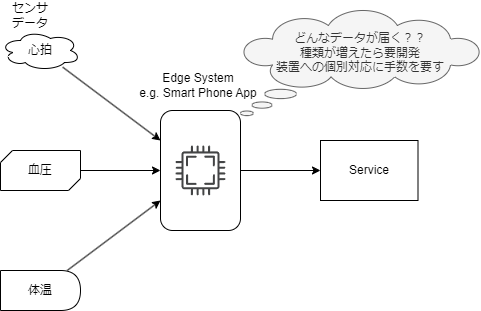
Above: docs/spec_guide/basic_before.drawio.png in data-container-for-wearable-sensor/StartGuide (draw.io), before the change. Source tidied: cells renumbered, new cells last; positions are measured from the earlier drawing's top-left corner, leaving out a move shared by most shapes.
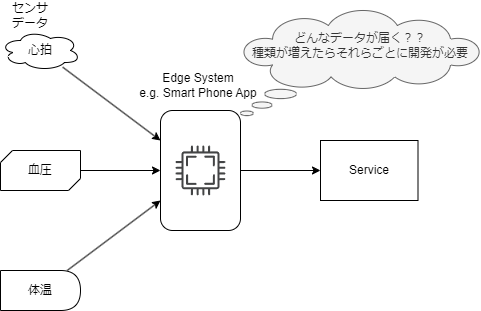
Above is the later version.

Change to the diagram source:
```diff
@@ -35,7 +35,7 @@
     <mxCell id="12" value="Service" style="rounded=0;whiteSpace=wrap;html=1;fillColor=none;" parent="1" vertex="1">
       <mxGeometry x="320" y="140" width="97.5" height="60" as="geometry" />
     </mxCell>
-    <mxCell id="13" value="&lt;br&gt;どんなデータが届く？？&lt;br&gt;種類が増えたら要開発&lt;br&gt;装置への個別対応に手数を要す" style="whiteSpace=wrap;html=1;shape=mxgraph.basic.cloud_callout;fillColor=#f5f5f5;verticalAlign=top;fontColor=#333333;strokeColor=#666666;" parent="1" vertex="1">
+    <mxCell id="13" value="&lt;br&gt;どんなデータが届く？？&lt;br&gt;種類が増えたらそれらごとに開発が必要&lt;br&gt;" style="whiteSpace=wrap;html=1;shape=mxgraph.basic.cloud_callout;fillColor=#f5f5f5;verticalAlign=top;fontColor=#333333;strokeColor=#666666;" parent="1" vertex="1">
       <mxGeometry x="240" y="10" width="240" height="105" as="geometry" />
     </mxCell>
     <mxCell id="14" style="sketch=0;shadow=0;dashed=0;html=1;strokeColor=none;fillColor=#434445;labelPosition=center;verticalLabelPosition=bottom;verticalAlign=top;align=center;shape=mxgraph.vvd.cpu;" parent="1" vertex="1">
```
